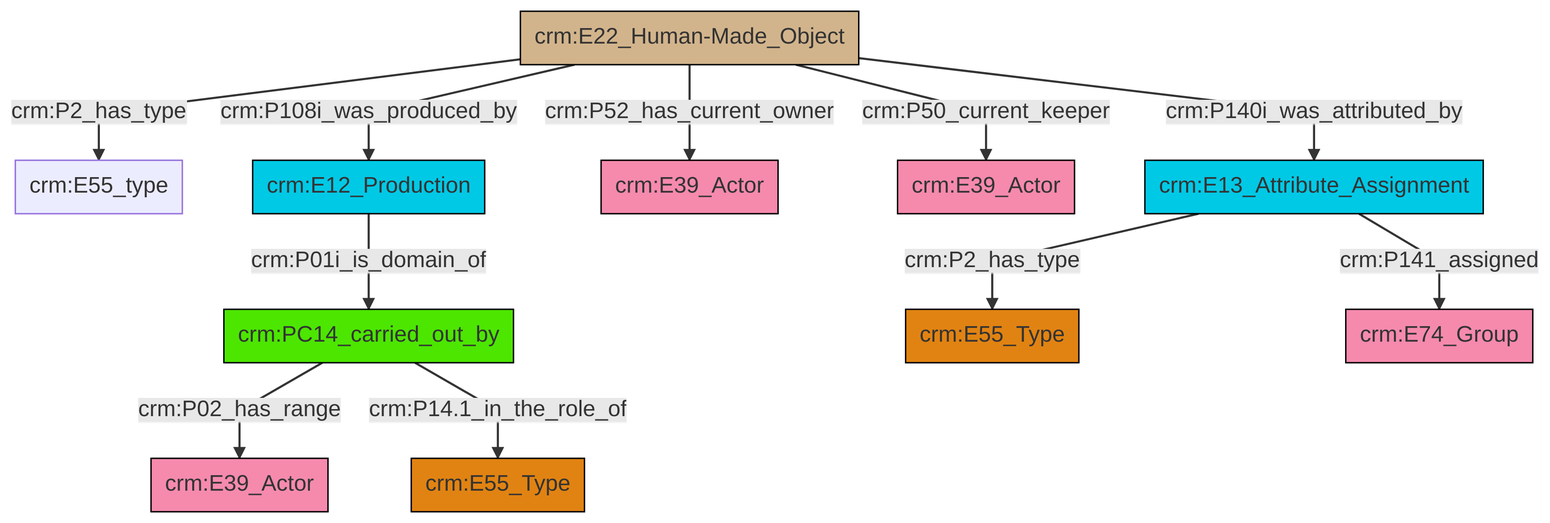
The Mermaid diagram et/artworkCSV/ttl/mmd/png/Artwork_Actor_Relations.png in swiss-art-research-net/reference-data-models, before a commit. Its source is kept beside it as et/artworkCSV/ttl/mmd/Artwork_Actor_Relations.ttl.mmd.
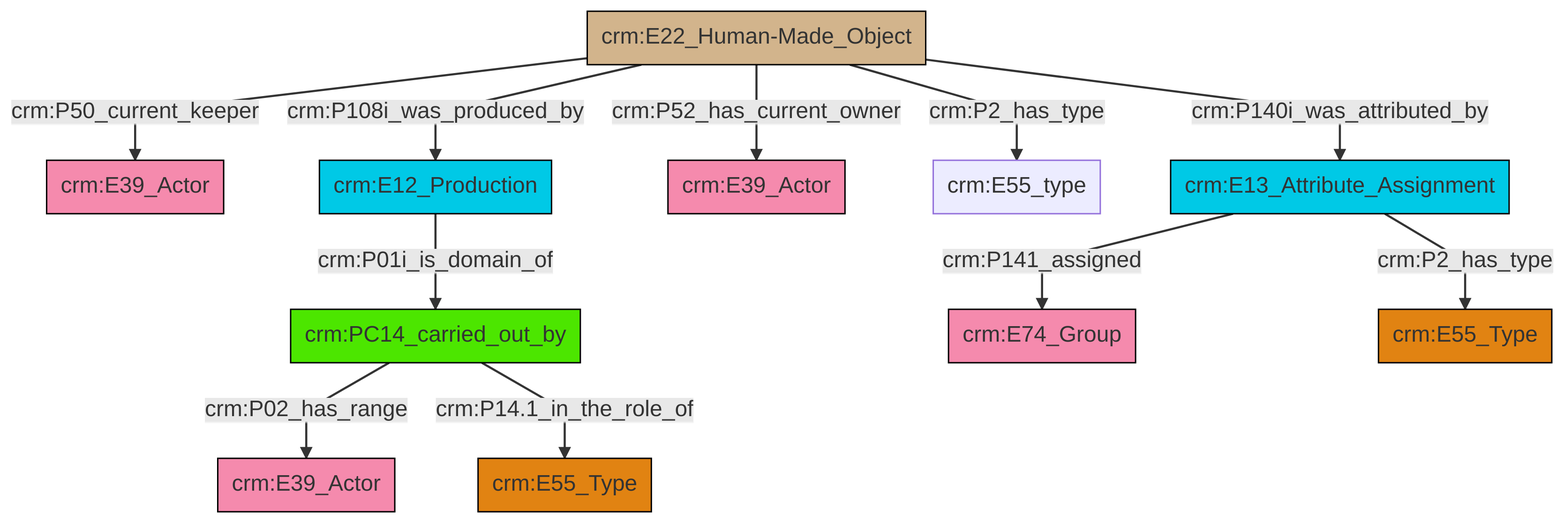
Later version of the same file.

What changed in the source:
```diff
@@ -13,13 +13,13 @@
 classDef PC_Classes fill:#4ce600, stroke:#000000;
 classDef Multi fill:#cccccc,stroke:#000000;
 
-0["crm:E22_Human-Made_Object"]:::Physical_Thing -->|crm:P2_has_type| 1["crm:E55_type"]:::Default
-2["crm:E13_Attribute_Assignment"]:::Temporal_Entity -->|crm:P2_has_type| 3["crm:E55_Type"]:::Type
-4["crm:PC14_carried_out_by"]:::PC_Classes -->|crm:P02_has_range| 5["crm:E39_Actor"]:::Actor
-10["crm:E12_Production"]:::Temporal_Entity -->|crm:P01i_is_domain_of| 4["crm:PC14_carried_out_by"]:::PC_Classes
-0["crm:E22_Human-Made_Object"]:::Physical_Thing -->|crm:P108i_was_produced_by| 10["crm:E12_Production"]:::Temporal_Entity
-0["crm:E22_Human-Made_Object"]:::Physical_Thing -->|crm:P52_has_current_owner| 12["crm:E39_Actor"]:::Actor
-0["crm:E22_Human-Made_Object"]:::Physical_Thing -->|crm:P50_current_keeper| 16["crm:E39_Actor"]:::Actor
-2["crm:E13_Attribute_Assignment"]:::Temporal_Entity -->|crm:P141_assigned| 14["crm:E74_Group"]:::Actor
-4["crm:PC14_carried_out_by"]:::PC_Classes -->|crm:P14.1_in_the_role_of| 20["crm:E55_Type"]:::Type
-0["crm:E22_Human-Made_Object"]:::Physical_Thing -->|crm:P140i_was_attributed_by| 2["crm:E13_Attribute_Assignment"]:::Temporal_Entity
+0["crm:PC14_carried_out_by"]:::PC_Classes -->|crm:P02_has_range| 1["crm:E39_Actor"]:::Actor
+9["crm:E13_Attribute_Assignment"]:::Temporal_Entity -->|crm:P2_has_type| 7["crm:E55_Type"]:::Type
+0["crm:PC14_carried_out_by"]:::PC_Classes -->|crm:P14.1_in_the_role_of| 10["crm:E55_Type"]:::Type
+11["crm:E22_Human-Made_Object"]:::Physical_Thing -->|crm:P52_has_current_owner| 12["crm:E39_Actor"]:::Actor
+11["crm:E22_Human-Made_Object"]:::Physical_Thing -->|crm:P50_current_keeper| 5["crm:E39_Actor"]:::Actor
+9["crm:E13_Attribute_Assignment"]:::Temporal_Entity -->|crm:P141_assigned| 3["crm:E74_Group"]:::Actor
+11["crm:E22_Human-Made_Object"]:::Physical_Thing -->|crm:P2_has_type| 14["crm:E55_type"]:::Default
+11["crm:E22_Human-Made_Object"]:::Physical_Thing -->|crm:P108i_was_produced_by| 17["crm:E12_Production"]:::Temporal_Entity
+17["crm:E12_Production"]:::Temporal_Entity -->|crm:P01i_is_domain_of| 0["crm:PC14_carried_out_by"]:::PC_Classes
+11["crm:E22_Human-Made_Object"]:::Physical_Thing -->|crm:P140i_was_attributed_by| 9["crm:E13_Attribute_Assignment"]:::Temporal_Entity
```
